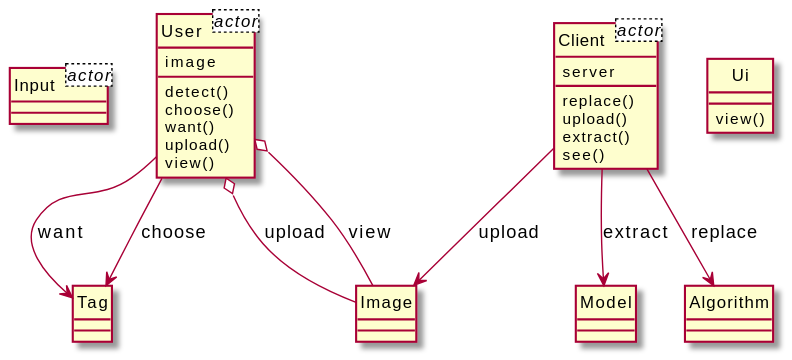
The PlantUML diagram output/diagram_5/2016-USC-Project04.svg in xixixhalu/DomainModelExtractor, before a commit. Source of this version:
```plantuml
@startuml
hide circle
class Input<actor> {
}
class User<actor> {
	image
}
class Client<actor> {
	server
}
class User {
	detect()
	choose()
	want()
	upload()
	view()
}
class Tag {
}
class Client {
	replace()
	upload()
	extract()
	see()
}
class Image {
}
class Model {
}
class Algorithm {
}
class Ui {
	view()
}
Client --> Model : extract
User o-- Image : upload
User --> Tag : want
Client --> Algorithm : replace
User o-- Image : view
User --> Tag : choose
Client --> Image : upload
@enduml
```
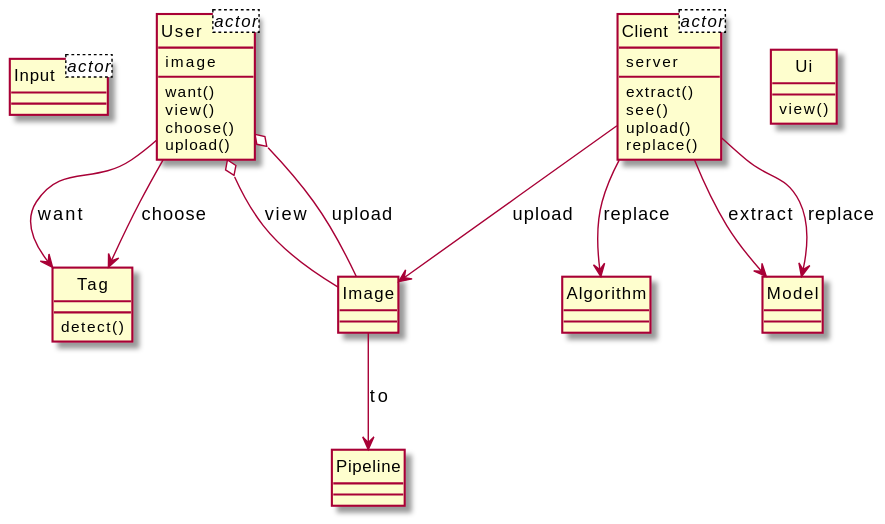
After the commit.

Change to the diagram source:
```diff
@@ -8,35 +8,39 @@
 class Client<actor> {
 	server
 }
-class User {
-	detect()
-	choose()
-	want()
+class Client {
+	extract()
+	see()
 	upload()
-	view()
+	replace()
+}
+class Algorithm {
 }
 class Tag {
-}
-class Client {
-	replace()
-	upload()
-	extract()
-	see()
+	detect()
 }
 class Image {
 }
+class User {
+	want()
+	view()
+	choose()
+	upload()
+}
 class Model {
-}
-class Algorithm {
 }
 class Ui {
 	view()
 }
+class Pipeline {
+}
 Client --> Model : extract
+Client --> Image : upload
+Client --> Model : replace
+User o-- Image : view
 User o-- Image : upload
+Client --> Algorithm : replace
 User --> Tag : want
-Client --> Algorithm : replace
-User o-- Image : view
 User --> Tag : choose
-Client --> Image : upload
+Image --> Pipeline : to
 @enduml
```
